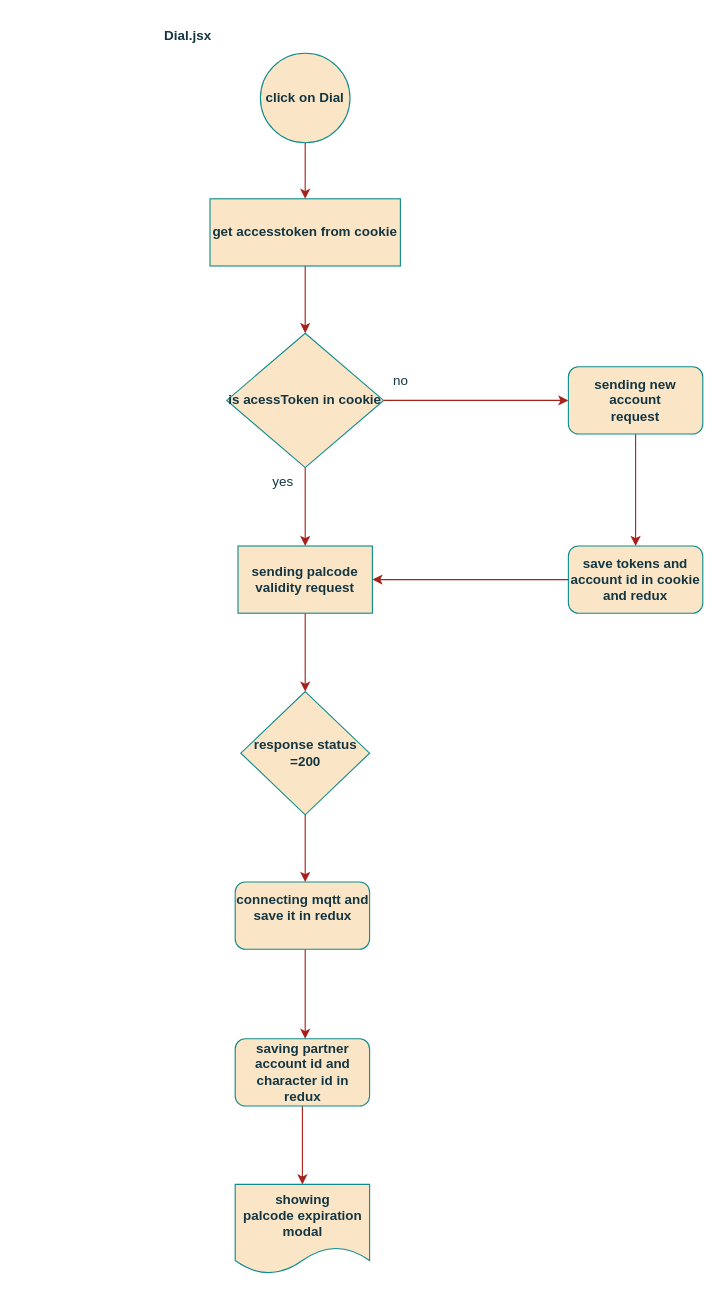
Above: Untitled Diagram.drawio in argolpour/bash-scripts (draw.io), before the change. Source tidied: cells renumbered, new cells numbered last; positions are measured from the earlier drawing's top-left corner, leaving out a move shared by most shapes. Both pictures are drawn from the tidied source at 112%, with x=0, y=0 at pixel (153, 19).
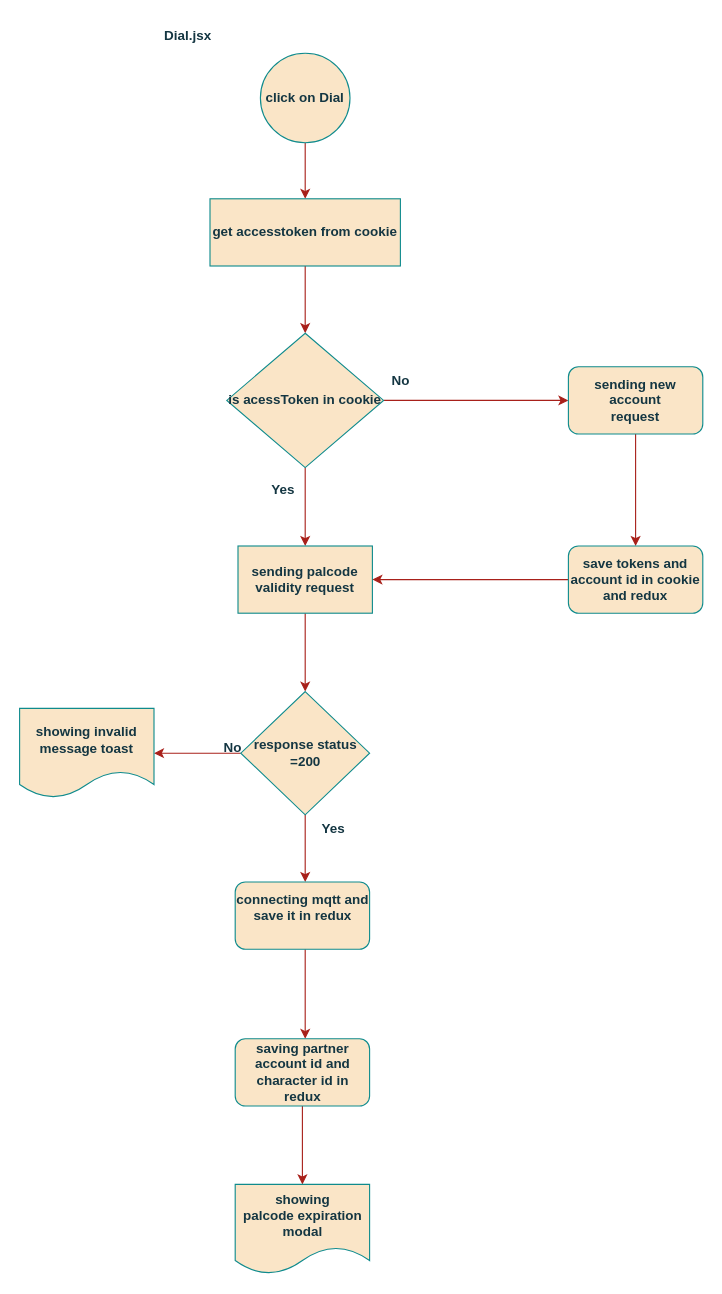
The same diagram, later.

Unchanged cells that the change refers to:
```xml
<mxCell id="13" value="response status =200" style="rhombus;whiteSpace=wrap;html=1;labelBackgroundColor=none;fillColor=#FAE5C7;strokeColor=#0F8B8D;fontColor=#143642;fontStyle=1;" parent="1" vertex="1">
  <mxGeometry x="77.5" y="600" width="115" height="110" as="geometry" />
</mxCell>
```

What changed in the source:
```diff
@@
-    <mxCell id="11" value="&lt;div&gt;yes&lt;/div&gt;&lt;div&gt;&lt;br&gt;&lt;/div&gt;" style="text;html=1;align=center;verticalAlign=middle;strokeColor=none;fillColor=none;labelBackgroundColor=none;fontColor=#143642;" parent="1" vertex="1">
-      <mxGeometry x="95" y="400" width="40" height="40" as="geometry" />
+    <mxCell id="11" value="Yes" style="text;html=1;align=center;verticalAlign=middle;strokeColor=none;fillColor=none;labelBackgroundColor=none;fontColor=#143642;fontStyle=1;" parent="1" vertex="1">
+      <mxGeometry x="95" y="405" width="40" height="30" as="geometry" />
     </mxCell>
@@
+    <mxCell id="25" style="edgeStyle=orthogonalEdgeStyle;rounded=0;jettySize=auto;html=1;strokeColor=#A8201A;fontColor=#143642;fillColor=#FAE5C7;" parent="1" edge="1" source="13" target="26">
+      <mxGeometry relative="1" as="geometry" />
+    </mxCell>
@@
-    <mxCell id="23" value="no" style="text;html=1;align=center;verticalAlign=middle;strokeColor=none;fillColor=none;labelBackgroundColor=none;fontColor=#143642;" parent="1" vertex="1">
+    <mxCell id="23" value="No" style="text;html=1;align=center;verticalAlign=middle;strokeColor=none;fillColor=none;labelBackgroundColor=none;fontColor=#143642;fontStyle=1;" parent="1" vertex="1">
       <mxGeometry x="200" y="308" width="40" height="30" as="geometry" />
     </mxCell>
@@
+    <mxCell id="26" value="showing invalid message toast " style="shape=document;whiteSpace=wrap;html=1;boundedLbl=1;fillColor=#FAE5C7;strokeColor=#0F8B8D;fontColor=#143642;labelBackgroundColor=none;fontStyle=1;" parent="1" vertex="1">
+      <mxGeometry x="-120" y="615" width="120" height="80" as="geometry" />
+    </mxCell>
+    <mxCell id="27" value="Yes" style="text;html=1;align=center;verticalAlign=middle;strokeColor=none;fillColor=none;fontColor=#143642;fontStyle=1;" parent="1" vertex="1">
+      <mxGeometry x="140" y="708" width="40" height="30" as="geometry" />
+    </mxCell>
+    <mxCell id="28" value="No" style="text;html=1;align=center;verticalAlign=middle;strokeColor=none;fillColor=none;fontColor=#143642;fontStyle=1;" parent="1" vertex="1">
+      <mxGeometry x="50" y="635" width="40" height="30" as="geometry" />
+    </mxCell>
```
